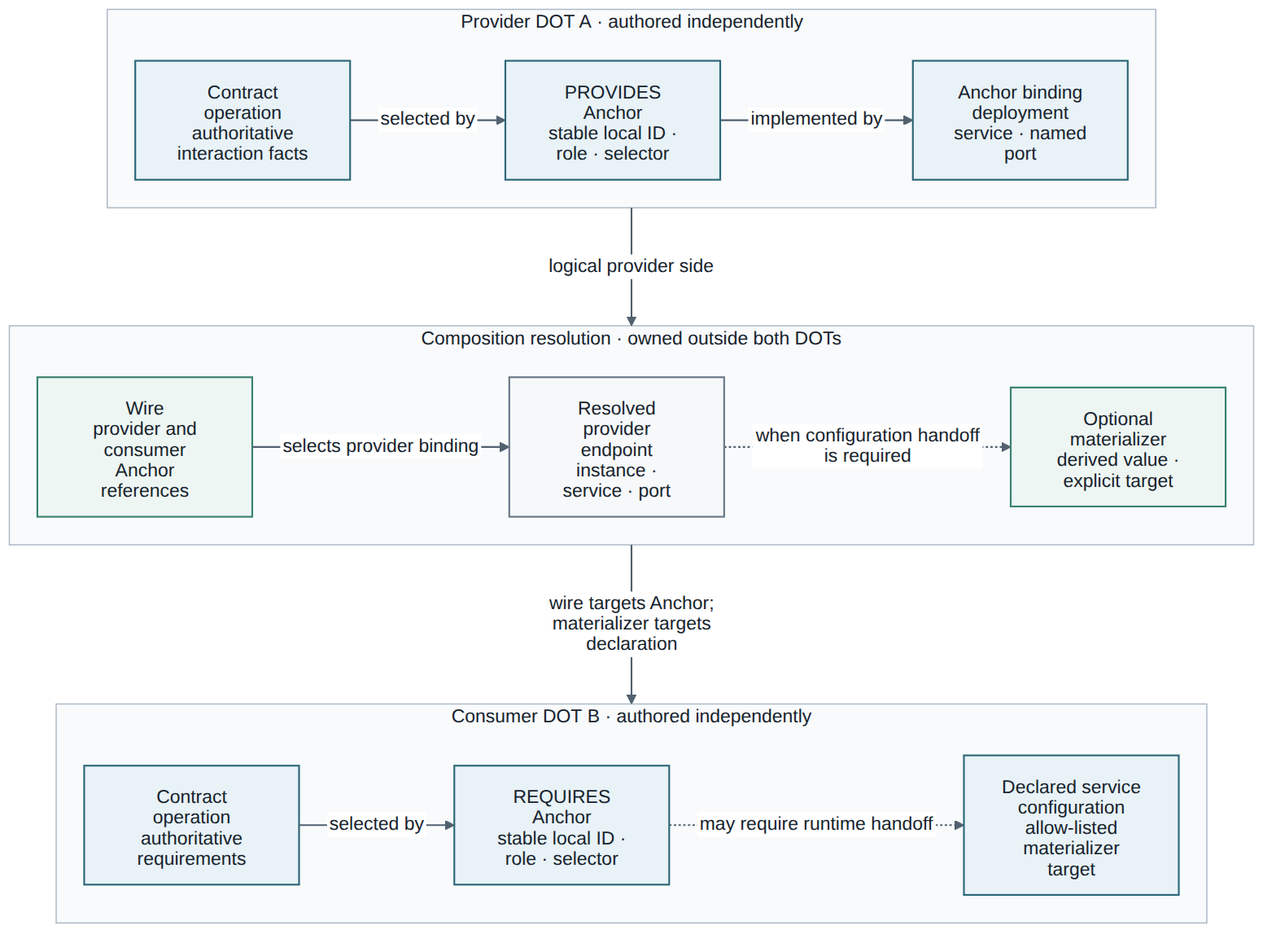
Earlier version of the Mermaid export DOT-Design/next/dot-design/_images/diagrams/dot-ownership-chain.png (MARE-EU-Project/DOT-Docs). Its source is kept beside it as DOT-Design/next/dot-design/_attachments/diagrams/dot-ownership-chain.mmd.
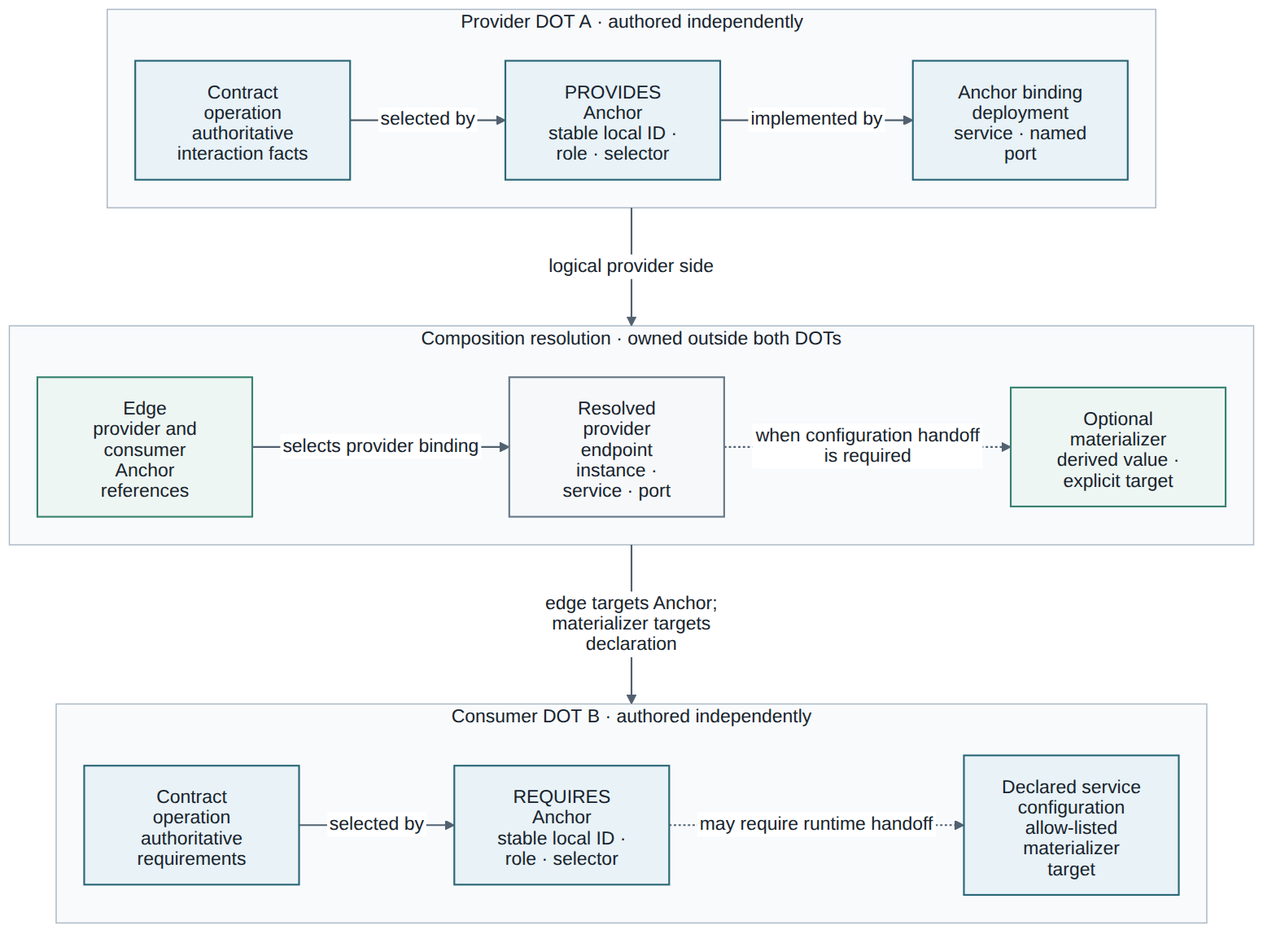
Later version of the same file.

What changed in the source:
```diff
@@ -1,6 +1,6 @@
 flowchart TB
   accTitle: Ownership chain from provider DOT to consumer DOT
-  accDescr: A provider Contract, Anchor, and service-port binding are connected through a composition-owned wire, resolved endpoint, and optional materializer to a consumer Anchor and declared configuration target.
+  accDescr: A provider Contract, Anchor, and service-port binding are connected through a composition-owned edge, resolved endpoint, and optional materializer to a consumer Anchor and declared configuration target.
 
   subgraph Provider["Provider DOT A · authored independently"]
     direction LR
@@ -13,10 +13,10 @@
 
   subgraph Resolution["Composition resolution · owned outside both DOTs"]
     direction LR
-    Wire["Wire<br/>provider and consumer Anchor references"]
+    Edge["Edge<br/>provider and consumer Anchor references"]
     Endpoint["Resolved provider endpoint<br/>instance · service · port"]
     Materializer["Optional materializer<br/>derived value · explicit target"]
-    Wire -->|selects provider binding| Endpoint
+    Edge -->|selects provider binding| Endpoint
     Endpoint -.->|when configuration handoff is required| Materializer
   end
 
@@ -30,11 +30,11 @@
   end
 
   Provider -->|logical provider side| Resolution
-  Resolution -->|wire targets Anchor; materializer targets declaration| Consumer
+  Resolution -->|edge targets Anchor; materializer targets declaration| Consumer
 
   classDef definition fill:#e8f2f7,stroke:#2b6777,color:#17232d,stroke-width:1.5px;
   classDef topology fill:#eef6f3,stroke:#39826f,color:#17232d,stroke-width:1.5px;
   classDef runtime fill:#f6f8fa,stroke:#687887,color:#17232d,stroke-width:1.5px;
   class PContract,PAnchor,PBinding,CContract,CAnchor,CConfig definition;
-  class Wire,Materializer topology;
+  class Edge,Materializer topology;
   class Endpoint runtime;
```
